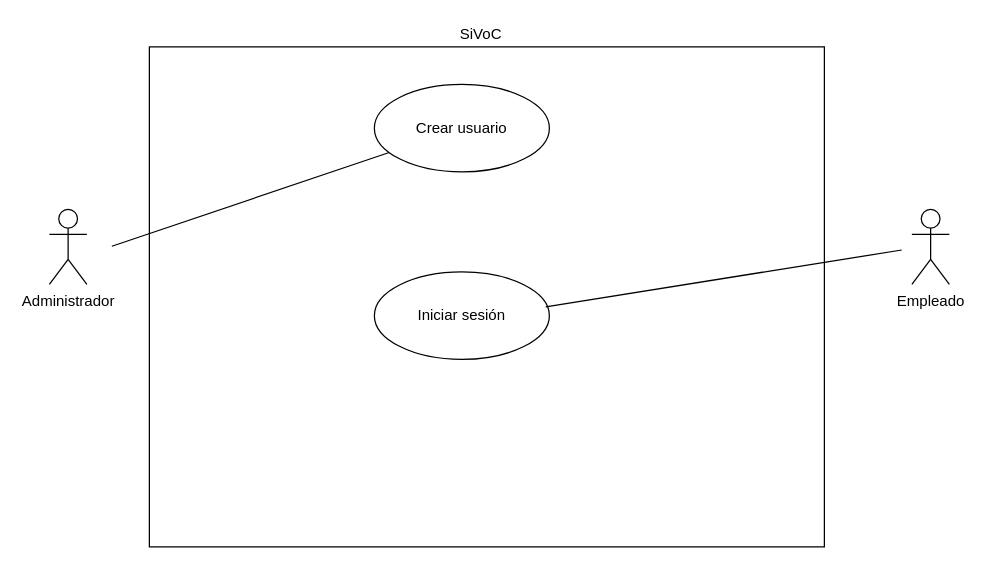
This is page "Básico" (1 of 4) of sivoc_uml.drawio from gmendozas/Various, a draw.io file, before an edit. Source tidied: cells renumbered, new cells numbered last; positions are measured from the earlier drawing's top-left corner, leaving out a move shared by most shapes. Both pictures are drawn from the tidied source at 125%, with x=0, y=0 at pixel (49, 21).
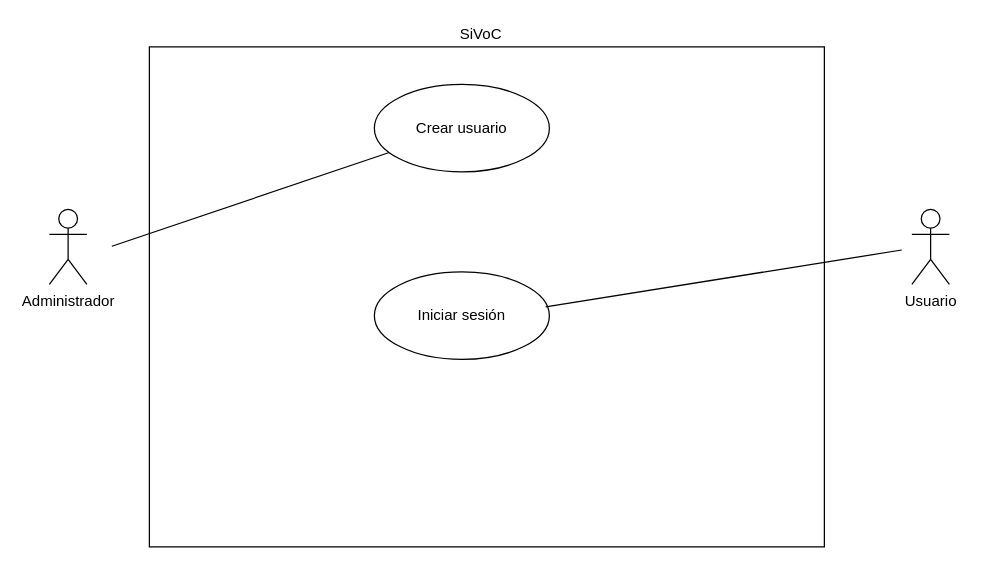
Above is the later version.

What changed in the source:
```diff
@@
 <mxGraphModel>
   <root>
     <mxCell id="0" />
     <mxCell id="1" parent="0" />
     <mxCell id="2" style="rounded=0;whiteSpace=wrap;html=1;" parent="1" vertex="1">
       <mxGeometry x="80" y="20" width="540" height="400" as="geometry" />
     </mxCell>
     <mxCell id="3" value="Administrador" style="shape=umlActor;verticalLabelPosition=bottom;verticalAlign=top;html=1;" parent="1" vertex="1">
       <mxGeometry y="150" width="30" height="60" as="geometry" />
     </mxCell>
     <mxCell id="4" value="Crear usuario" style="ellipse;whiteSpace=wrap;html=1;" parent="1" vertex="1">
       <mxGeometry x="260" y="50" width="140" height="70" as="geometry" />
     </mxCell>
     <mxCell id="5" style="endArrow=none;endFill=0;endSize=12;html=1;rounded=0;" parent="1" edge="1" target="4">
       <mxGeometry relative="1" as="geometry">
         <mxPoint x="50" y="179.5" as="sourcePoint" />
       </mxGeometry>
     </mxCell>
     <mxCell id="6" value="SiVoC" style="text;html=1;align=center;verticalAlign=middle;strokeColor=none;fillColor=none;" parent="1" vertex="1">
       <mxGeometry x="320" width="50" height="20" as="geometry" />
     </mxCell>
-    <mxCell id="7" value="Empleado" style="shape=umlActor;verticalLabelPosition=bottom;verticalAlign=top;html=1;" parent="1" vertex="1">
+    <mxCell id="7" value="Usuario" style="shape=umlActor;verticalLabelPosition=bottom;verticalAlign=top;html=1;" parent="1" vertex="1">
       <mxGeometry x="690" y="150" width="30" height="60" as="geometry" />
     </mxCell>
     <mxCell id="8" value="Iniciar sesión" style="ellipse;whiteSpace=wrap;html=1;" parent="1" vertex="1">
       <mxGeometry x="260" y="200" width="140" height="70" as="geometry" />
     </mxCell>
     <mxCell id="9" style="endArrow=none;endFill=0;endSize=12;html=1;rounded=0;exitX=0.979;exitY=0.4;exitDx=0;exitDy=0;exitPerimeter=0;" parent="1" edge="1" source="8">
       <mxGeometry relative="1" as="geometry">
         <mxPoint x="681.9" y="182.5" as="targetPoint" />
       </mxGeometry>
     </mxCell>
   </root>
 </mxGraphModel>
```
